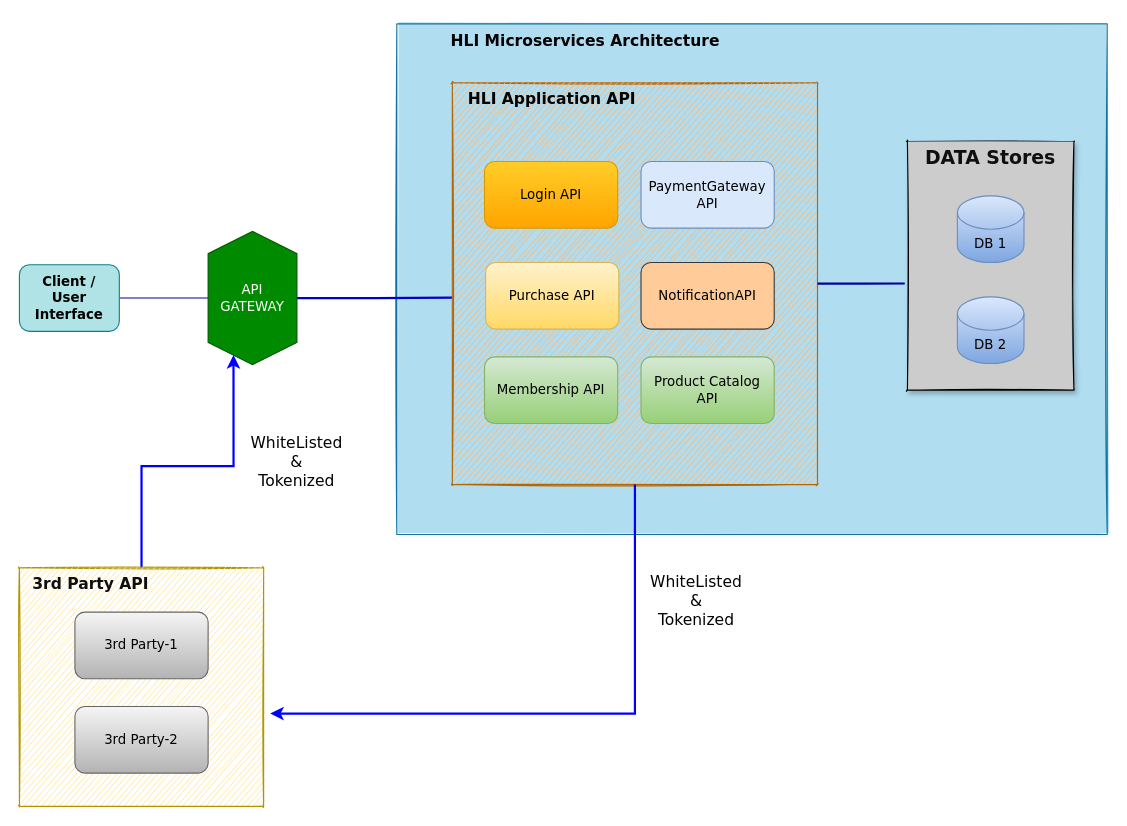
The draw.io diagram page "Microservice Design" (22 of 23) of datapool.drawio in gustianom/datapool, before the edit. Source tidied: cells renumbered, new cells numbered last; positions are measured from the earlier drawing's top-left corner, leaving out a move shared by most shapes. Both pictures are drawn from the tidied source at 111%, with x=0, y=0 at pixel (19, 23).
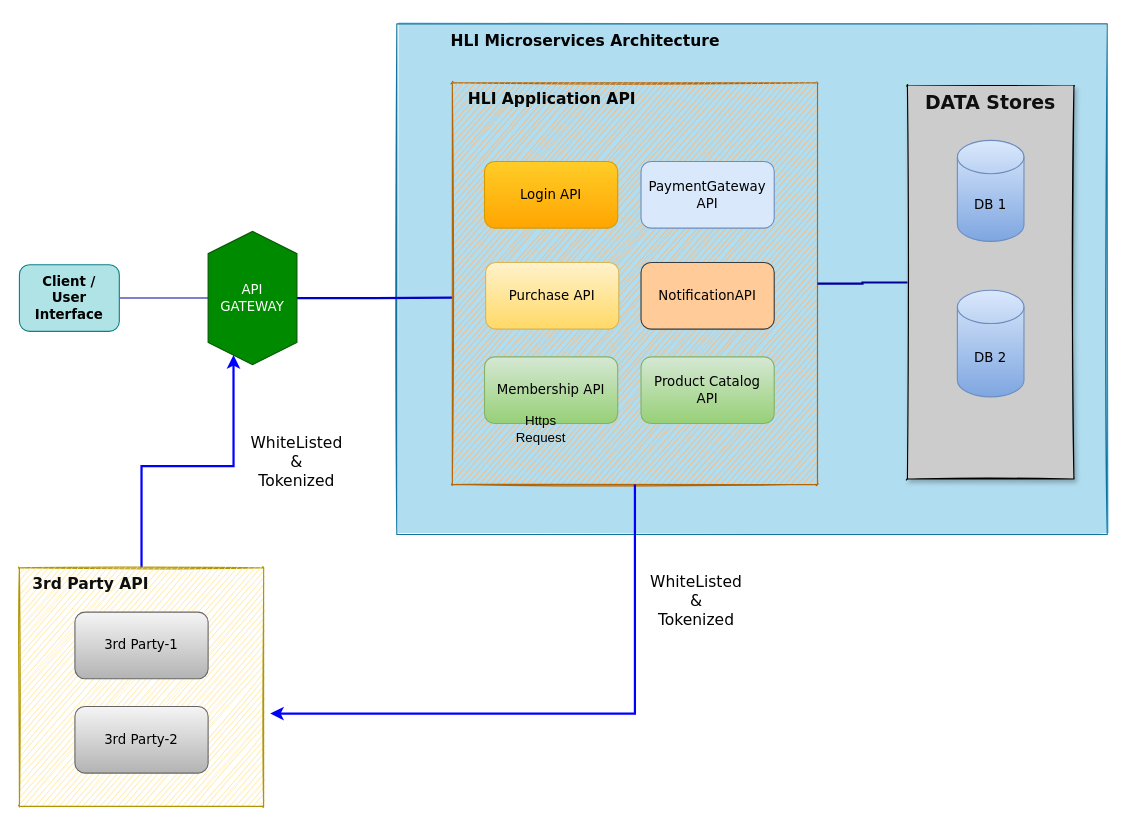
After the change.

The change refers to these unchanged cells:
```xml
<mxCell id="12" style="swimlane;startSize=0;fontFamily=Verdana;fillColor=none;sketch=1;rounded=1;strokeColor=none;fillStyle=hachure;swimlaneFillColor=none;" parent="1" vertex="1">
  <mxGeometry x="340" width="620" height="450" as="geometry" />
</mxCell>
<mxCell id="14" style="swimlane;startSize=0;fontFamily=Verdana;fillColor=#fad7ac;sketch=1;rounded=1;strokeColor=#b46504;swimlaneFillColor=#FFB570;" parent="12" vertex="1">
  <mxGeometry x="50" y="53" width="329" height="362" as="geometry" />
</mxCell>
```

Change to the diagram source:
```diff
@@
     <mxCell id="22" style="swimlane;startSize=0;fontFamily=Verdana;fillColor=#00FF00;swimlaneFillColor=#CCCCCC;rounded=1;shadow=1;sketch=1;glass=0;swimlaneLine=1;fillStyle=solid;fontColor=#99FFFF;" parent="12" vertex="1">
-      <mxGeometry x="460" y="106" width="150" height="224" as="geometry" />
+      <mxGeometry x="460" y="56" width="150" height="354" as="geometry" />
     </mxCell>
     <mxCell id="23" value="DB 1" style="shape=cylinder3;whiteSpace=wrap;html=1;boundedLbl=1;backgroundOutline=1;size=15;fillColor=#dae8fc;strokeColor=#6c8ebf;gradientColor=#7ea6e0;fontFamily=Verdana;" parent="22" vertex="1">
-      <mxGeometry x="45" y="49" width="60" height="60" as="geometry" />
+      <mxGeometry x="45" y="49" width="60" height="91" as="geometry" />
     </mxCell>
     <mxCell id="24" value="DB 2" style="shape=cylinder3;whiteSpace=wrap;html=1;boundedLbl=1;backgroundOutline=1;size=15;fillColor=#dae8fc;strokeColor=#6c8ebf;gradientColor=#7ea6e0;fontFamily=Verdana;" parent="22" vertex="1">
-      <mxGeometry x="45" y="140" width="60" height="60" as="geometry" />
+      <mxGeometry x="45" y="184" width="60" height="96" as="geometry" />
     </mxCell>
@@
-    <mxCell id="26" style="edgeStyle=orthogonalEdgeStyle;rounded=0;jettySize=auto;html=1;entryX=-0.016;entryY=0.571;entryDx=0;entryDy=0;entryPerimeter=0;fontFamily=Verdana;startArrow=none;startFill=0;endArrow=none;endFill=0;strokeWidth=2;verticalAlign=top;fillColor=#ffcd28;gradientColor=#ffa500;strokeColor=#000099;" parent="12" edge="1" source="14" target="22">
+    <mxCell id="26" style="edgeStyle=orthogonalEdgeStyle;rounded=0;jettySize=auto;html=1;entryX=0;entryY=0.5;entryDx=0;entryDy=0;fontFamily=Verdana;startArrow=none;startFill=0;endArrow=none;endFill=0;strokeWidth=2;verticalAlign=top;fillColor=#ffcd28;gradientColor=#ffa500;strokeColor=#000099;" parent="12" edge="1" source="14" target="22">
       <mxGeometry relative="1" as="geometry" />
     </mxCell>
@@
+    <mxCell id="30" value="Https Request" style="text;html=1;strokeColor=none;fillColor=none;align=center;verticalAlign=middle;whiteSpace=wrap;rounded=0;" parent="1" vertex="1">
+      <mxGeometry x="440" y="350" width="60" height="30" as="geometry" />
+    </mxCell>
```
